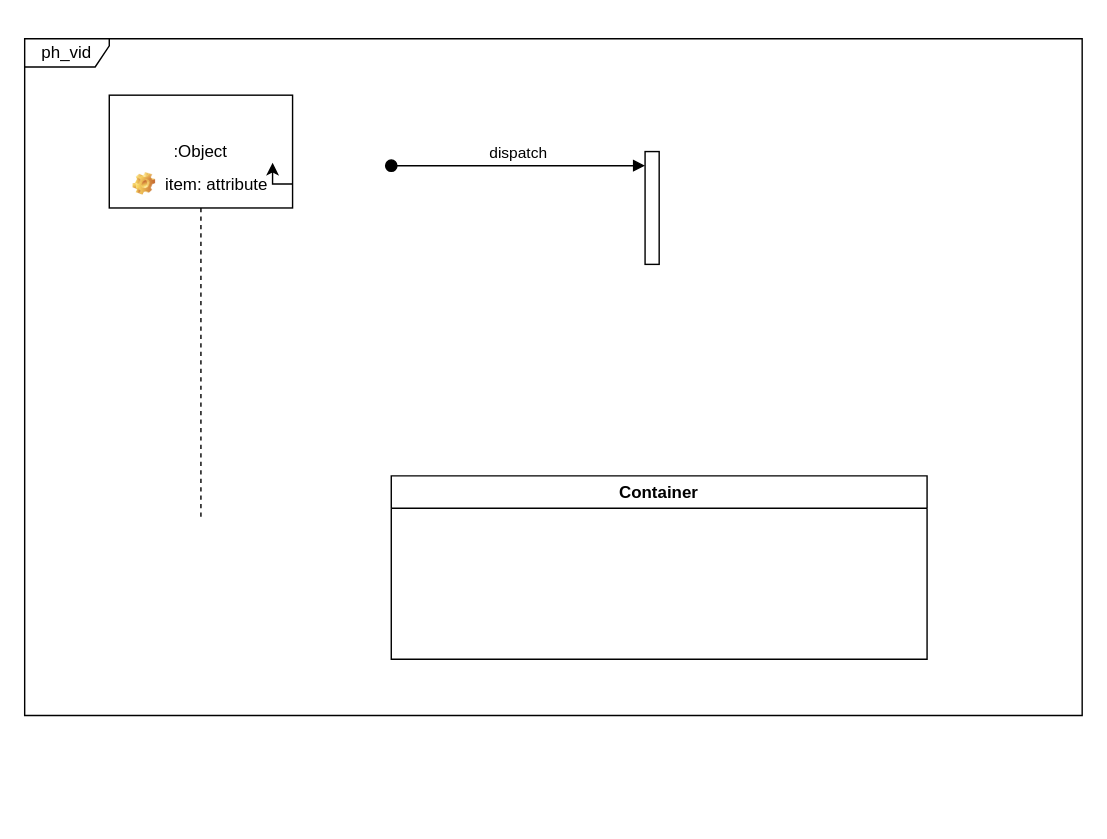
sownthunder/sownthunder.github.io keeps this draw.io diagram as page "ph_vid_loop" (1 of 3) of state_machine.drawio. Above is the earlier version. Source tidied: cells renumbered, new cells numbered last; positions are measured from the earlier drawing's top-left corner, leaving out a move shared by most shapes. Both pictures are drawn from the tidied source at 141%, with x=0, y=0 at pixel (24, 38).
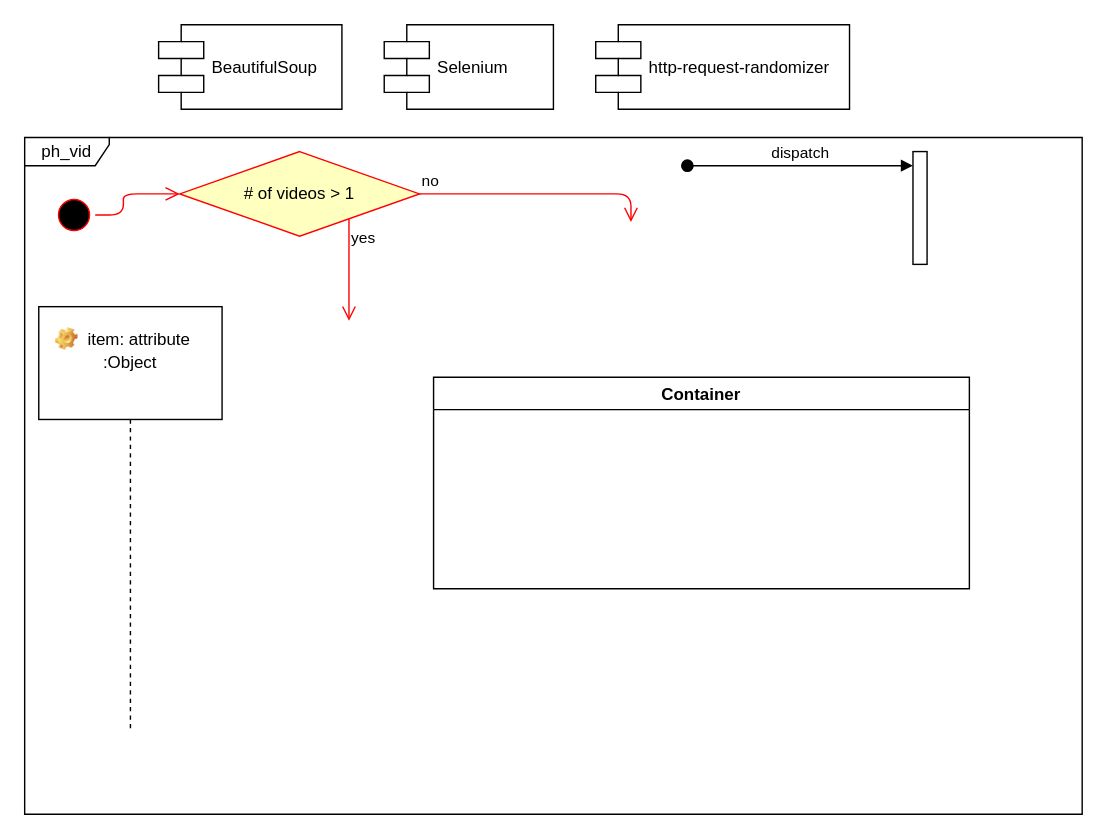
Above is the later version.

Change to the diagram source:
```diff
@@
     <mxCell id="2" value="ph_vid" style="shape=umlFrame;whiteSpace=wrap;html=1;width=60;height=20;" parent="1" vertex="1">
-      <mxGeometry width="750" height="480" as="geometry" />
+      <mxGeometry y="70" width="750" height="480" as="geometry" />
     </mxCell>
     <mxCell id="3" style="html=1;points=[];perimeter=orthogonalPerimeter;" parent="1" vertex="1">
-      <mxGeometry x="440" y="80" width="10" height="80" as="geometry" />
+      <mxGeometry x="630" y="80" width="10" height="80" as="geometry" />
     </mxCell>
     <mxCell id="4" value="dispatch" style="html=1;verticalAlign=bottom;startArrow=oval;endArrow=block;startSize=8;" parent="1" edge="1" target="3">
       <mxGeometry relative="1" as="geometry">
-        <mxPoint x="260" y="90" as="sourcePoint" />
+        <mxPoint x="470" y="90" as="sourcePoint" />
+        <Array as="points">
+          <mxPoint x="530" y="90" />
+        </Array>
       </mxGeometry>
     </mxCell>
     <mxCell id="5" value="Container" style="swimlane;" parent="1" vertex="1">
-      <mxGeometry x="260" y="310" width="380" height="130" as="geometry" />
+      <mxGeometry x="290" y="240" width="380" height="150" as="geometry" />
     </mxCell>
     <mxCell id="6" value=":Object" style="shape=umlLifeline;perimeter=lifelinePerimeter;whiteSpace=wrap;html=1;size=80;" parent="1" vertex="1">
-      <mxGeometry x="60" y="40" width="130" height="300" as="geometry" />
+      <mxGeometry x="10" y="190" width="130" height="300" as="geometry" />
     </mxCell>
     <mxCell id="7" value="item: attribute" style="label;fontStyle=0;strokeColor=none;fillColor=none;align=left;verticalAlign=top;overflow=hidden;spacingLeft=28;spacingRight=4;points=[[0,0.5],[1,0.5]];portConstraint=eastwest;imageWidth=16;imageHeight=16;image=img/clipart/Gear_128x128.png;" parent="6" vertex="1">
-      <mxGeometry x="10" y="50" width="120" height="26" as="geometry" />
+      <mxGeometry x="5" y="10" width="120" height="26" as="geometry" />
     </mxCell>
-    <mxCell id="8" style="edgeStyle=orthogonalEdgeStyle;rounded=0;orthogonalLoop=1;jettySize=auto;html=1;exitX=1;exitY=0.5;exitDx=0;exitDy=0;entryX=0.882;entryY=-0.08;entryDx=0;entryDy=0;entryPerimeter=0;" parent="6" edge="1" source="7" target="7">
-      <mxGeometry relative="1" as="geometry">
-        <Array as="points">
-          <mxPoint x="116" y="63" />
-        </Array>
-      </mxGeometry>
-    </mxCell>
+    <mxCell id="9" value="# of videos &amp;gt; 1" style="rhombus;whiteSpace=wrap;html=1;fillColor=#ffffc0;strokeColor=#ff0000;" parent="1" vertex="1">
+      <mxGeometry x="110" y="80" width="170" height="60" as="geometry" />
+    </mxCell>
+    <mxCell id="10" value="no" style="edgeStyle=orthogonalEdgeStyle;html=1;align=left;verticalAlign=bottom;endArrow=open;endSize=8;strokeColor=#ff0000;" parent="1" edge="1" source="9">
+      <mxGeometry x="-1" relative="1" as="geometry">
+        <mxPoint x="430" y="130" as="targetPoint" />
+        <Array as="points">
+          <mxPoint x="430" y="110" />
+        </Array>
+      </mxGeometry>
+    </mxCell>
+    <mxCell id="11" value="yes" style="edgeStyle=orthogonalEdgeStyle;html=1;align=left;verticalAlign=top;endArrow=open;endSize=8;strokeColor=#ff0000;" parent="1" edge="1" source="9">
+      <mxGeometry x="-1" relative="1" as="geometry">
+        <mxPoint x="230" y="200" as="targetPoint" />
+        <Array as="points">
+          <mxPoint x="230" y="170" />
+        </Array>
+      </mxGeometry>
+    </mxCell>
+    <mxCell id="12" value="BeautifulSoup" style="shape=component;align=left;spacingLeft=36;" parent="1" vertex="1">
+      <mxGeometry x="95" y="-10" width="130" height="60" as="geometry" />
+    </mxCell>
+    <mxCell id="13" value="Selenium" style="shape=component;align=left;spacingLeft=36;" parent="1" vertex="1">
+      <mxGeometry x="255" y="-10" width="120" height="60" as="geometry" />
+    </mxCell>
+    <mxCell id="14" value="http-request-randomizer" style="shape=component;align=left;spacingLeft=36;" parent="1" vertex="1">
+      <mxGeometry x="405" y="-10" width="180" height="60" as="geometry" />
+    </mxCell>
+    <mxCell id="15" style="ellipse;html=1;shape=startState;fillColor=#000000;strokeColor=#ff0000;" parent="1" vertex="1">
+      <mxGeometry x="20" y="110" width="30" height="30" as="geometry" />
+    </mxCell>
+    <mxCell id="16" style="edgeStyle=orthogonalEdgeStyle;html=1;verticalAlign=bottom;endArrow=open;endSize=8;strokeColor=#ff0000;entryX=0;entryY=0.5;entryDx=0;entryDy=0;" parent="1" edge="1" source="15" target="9">
+      <mxGeometry relative="1" as="geometry">
+        <Array as="points">
+          <mxPoint x="70" y="125" />
+          <mxPoint x="70" y="110" />
+        </Array>
+      </mxGeometry>
+    </mxCell>
```
